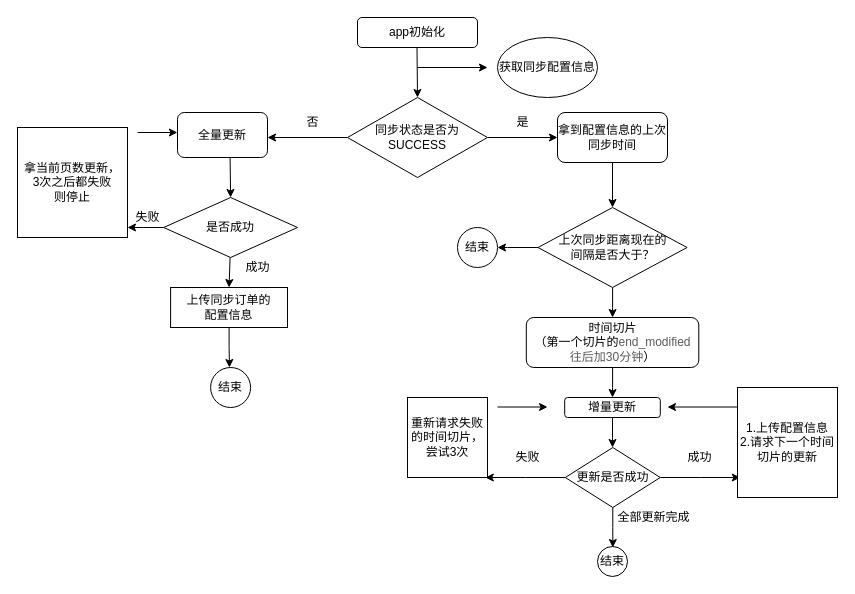
This is views/同步订单.drawio from lys829/yiBlog, a draw.io file, before an edit. Source tidied: cells renumbered, new cells numbered last; positions are measured from the earlier drawing's top-left corner, leaving out a move shared by most shapes. Both pictures are drawn from the tidied source at 100%, with x=0, y=0 at pixel (17, 17).
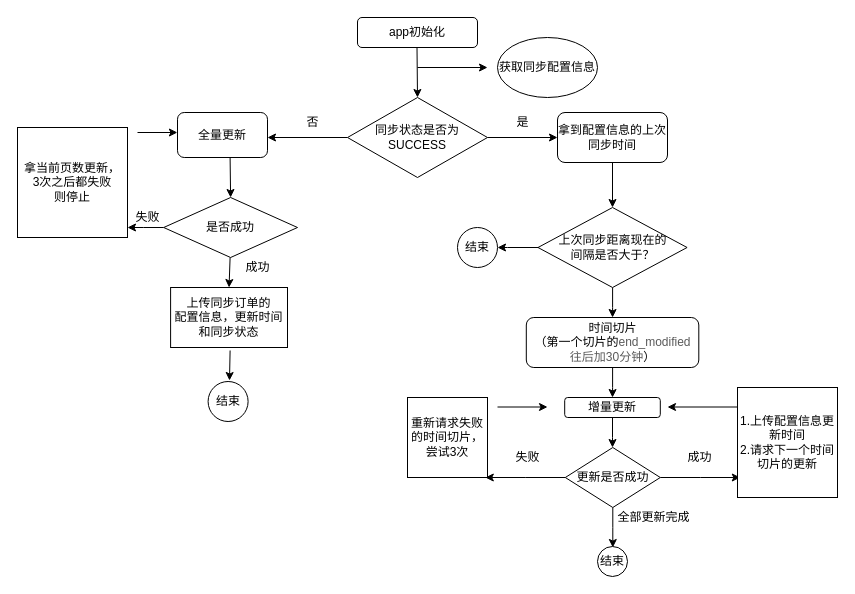
After the change.

Commit message:
更新同步订单.drawio

What changed in the source:
```diff
@@
-    <mxCell id="28" value="1.上传配置信息&lt;br&gt;2.请求下一个时间切片的更新" style="rounded=0;whiteSpace=wrap;html=1;" parent="1" vertex="1">
+    <mxCell id="28" value="1.上传配置信息更新时间&lt;br&gt;2.请求下一个时间切片的更新" style="rounded=0;whiteSpace=wrap;html=1;" parent="1" vertex="1">
       <mxGeometry x="720" y="370" width="100" height="110" as="geometry" />
     </mxCell>
@@
-    <mxCell id="39" style="edgeStyle=orthogonalEdgeStyle;rounded=0;jettySize=auto;html=1;" parent="1" edge="1" source="40">
-      <mxGeometry relative="1" as="geometry">
-        <mxPoint x="212" y="350" as="targetPoint" />
-      </mxGeometry>
-    </mxCell>
-    <mxCell id="40" value="上传同步订单的&lt;br&gt;配置信息" style="rounded=0;whiteSpace=wrap;html=1;" parent="1" vertex="1">
-      <mxGeometry x="153.1" y="270" width="116.9" height="40" as="geometry" />
+    <mxCell id="40" value="上传同步订单的&lt;br&gt;配置信息，更新时间和同步状态" style="rounded=0;whiteSpace=wrap;html=1;" parent="1" vertex="1">
+      <mxGeometry x="153.1" y="270" width="116.9" height="60" as="geometry" />
     </mxCell>
@@
     <mxCell id="44" value="结束" style="ellipse;whiteSpace=wrap;html=1;" parent="1" vertex="1">
-      <mxGeometry x="193.1" y="350" width="40" height="40" as="geometry" />
+      <mxGeometry x="190.6" y="364" width="40" height="40" as="geometry" />
     </mxCell>
+    <mxCell id="45" style="endArrow=classic;html=1;" parent="1" edge="1">
+      <mxGeometry relative="1" as="geometry">
+        <mxPoint x="212.6" y="333" as="sourcePoint" />
+        <mxPoint x="212" y="363" as="targetPoint" />
+      </mxGeometry>
+    </mxCell>
```
